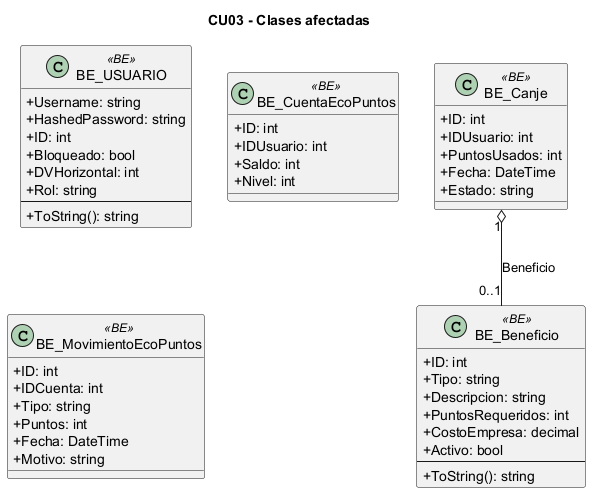
Before: docs/diagramas/uml_png/cu__CU03_clases.png, a diagram exported from PlantUML (L-Muniz/uai-diploma_2026).
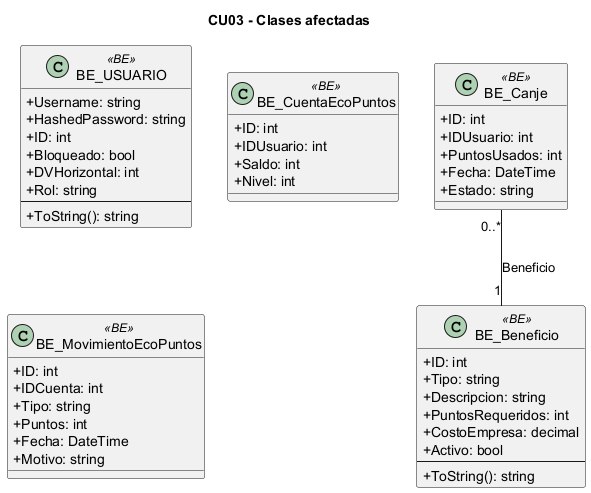
The same file after the commit.

Change to the diagram source:
```diff
@@ -42,5 +42,5 @@
   --
   +ToString(): string
 }
-BE_Canje "1" o-- "0..1" BE_Beneficio : Beneficio
+BE_Canje "0..*" -- "1" BE_Beneficio : Beneficio
 @enduml
```
